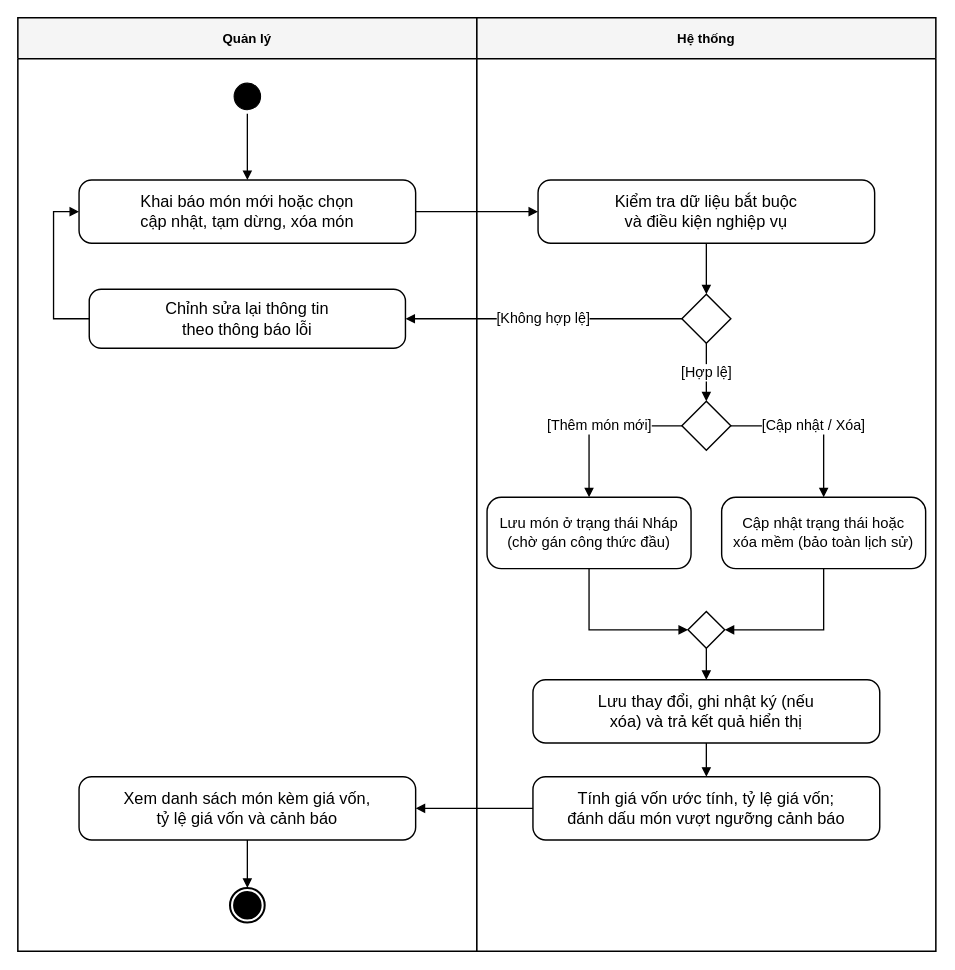
The draw.io diagram page "QT-01 — Quản lý món ăn" (1 of 21) of docs/So_do/Quy_trinh_nghiep_vu_HeThongQuanLyNhaHang.drawio in nminhzzz/restaurant-management-ai, before the edit. Source tidied: cells renumbered, new cells numbered last; positions are measured from the earlier drawing's top-left corner, leaving out a move shared by most shapes. Both pictures are drawn from the tidied source at 102%, with x=0, y=0 at pixel (17, 17).
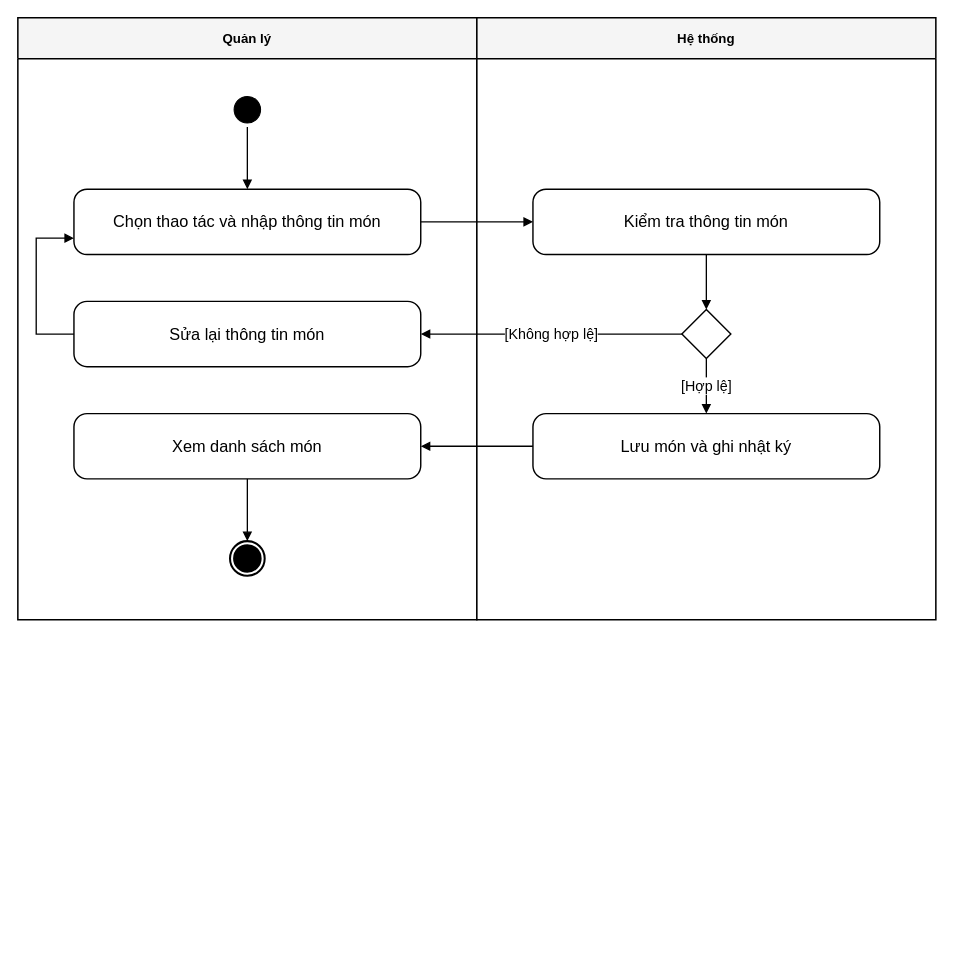
Above is the later version.

What changed in the source:
```diff
@@
     <mxCell id="2" value="Quản lý" style="swimlane;whiteSpace=wrap;html=1;startSize=40;fillColor=#f5f5f5;strokeColor=#000000;fontColor=#000000;fontStyle=1;fontSize=13;swimlaneFillColor=#ffffff;strokeWidth=1.5;rounded=0;arcSize=0;" parent="1" vertex="1">
-      <mxGeometry width="450" height="915" as="geometry" />
+      <mxGeometry width="450" height="590" as="geometry" />
     </mxCell>
     <mxCell id="3" value="Hệ thống" style="swimlane;whiteSpace=wrap;html=1;startSize=40;fillColor=#f5f5f5;strokeColor=#000000;fontColor=#000000;fontStyle=1;fontSize=13;swimlaneFillColor=#ffffff;strokeWidth=1.5;rounded=0;arcSize=0;" parent="1" vertex="1">
-      <mxGeometry x="450" width="450" height="915" as="geometry" />
+      <mxGeometry x="450" width="450" height="590" as="geometry" />
     </mxCell>
-    <mxCell id="4" style="ellipse;html=1;shape=startState;fillColor=#000000;strokeColor=#000000;" parent="1" vertex="1">
-      <mxGeometry x="208" y="60" width="34" height="34" as="geometry" />
-    </mxCell>
-    <mxCell id="5" value="Khai báo món mới hoặc chọn&#10;cập nhật, tạm dừng, xóa món" style="rounded=1;whiteSpace=wrap;html=1;arcSize=20;fillColor=#ffffff;strokeColor=#000000;strokeWidth=1.4;fontSize=16;fontColor=#000000;spacing=6;" parent="1" vertex="1">
-      <mxGeometry x="60" y="159" width="330" height="62" as="geometry" />
-    </mxCell>
-    <mxCell id="6" value="Kiểm tra dữ liệu bắt buộc&#10;và điều kiện nghiệp vụ" style="rounded=1;whiteSpace=wrap;html=1;arcSize=20;fillColor=#ffffff;strokeColor=#000000;strokeWidth=1.4;fontSize=16;fontColor=#000000;spacing=6;" parent="1" vertex="1">
-      <mxGeometry x="510" y="159" width="330" height="62" as="geometry" />
-    </mxCell>
+    <mxCell id="31" style="ellipse;html=1;shape=startState;fillColor=#000000;strokeColor=#000000;" parent="1" vertex="1">
+      <mxGeometry x="208" y="73" width="34" height="34" as="geometry" />
+    </mxCell>
+    <mxCell id="32" value="Chọn thao tác và nhập thông tin món" style="rounded=1;whiteSpace=wrap;html=1;arcSize=20;fillColor=#ffffff;strokeColor=#000000;strokeWidth=1.4;fontSize=16;fontColor=#000000;spacing=6;" parent="1" vertex="1">
+      <mxGeometry x="55" y="168" width="340" height="64" as="geometry" />
+    </mxCell>
+    <mxCell id="33" value="Kiểm tra thông tin món" style="rounded=1;whiteSpace=wrap;html=1;arcSize=20;fillColor=#ffffff;strokeColor=#000000;strokeWidth=1.4;fontSize=16;fontColor=#000000;spacing=6;" parent="1" vertex="1">
+      <mxGeometry x="505" y="168" width="340" height="64" as="geometry" />
+    </mxCell>
     <mxCell id="7" style="rhombus;whiteSpace=wrap;html=1;fillColor=#ffffff;strokeColor=#000000;strokeWidth=1.4;" parent="1" vertex="1">
-      <mxGeometry x="651" y="271" width="48" height="48" as="geometry" />
+      <mxGeometry x="651" y="286" width="48" height="48" as="geometry" />
     </mxCell>
-    <mxCell id="8" value="Chỉnh sửa lại thông tin&#10;theo thông báo lỗi" style="rounded=1;whiteSpace=wrap;html=1;arcSize=20;fillColor=#ffffff;strokeColor=#000000;strokeWidth=1.4;fontSize=16;fontColor=#000000;spacing=6;" parent="1" vertex="1">
-      <mxGeometry x="70" y="266" width="310" height="58" as="geometry" />
-    </mxCell>
-    <mxCell id="9" style="rhombus;whiteSpace=wrap;html=1;fillColor=#ffffff;strokeColor=#000000;strokeWidth=1.4;" parent="1" vertex="1">
-      <mxGeometry x="651" y="376" width="48" height="48" as="geometry" />
-    </mxCell>
-    <mxCell id="10" value="Lưu món ở trạng thái Nháp&#10;(chờ gán công thức đầu)" style="rounded=1;whiteSpace=wrap;html=1;arcSize=20;fillColor=#ffffff;strokeColor=#000000;strokeWidth=1.4;fontSize=14.5;fontColor=#000000;spacing=6;" parent="1" vertex="1">
-      <mxGeometry x="460" y="470" width="200" height="70" as="geometry" />
-    </mxCell>
-    <mxCell id="11" value="Cập nhật trạng thái hoặc&#10;xóa mềm (bảo toàn lịch sử)" style="rounded=1;whiteSpace=wrap;html=1;arcSize=20;fillColor=#ffffff;strokeColor=#000000;strokeWidth=1.4;fontSize=14.5;fontColor=#000000;spacing=6;" parent="1" vertex="1">
-      <mxGeometry x="690" y="470" width="200" height="70" as="geometry" />
-    </mxCell>
-    <mxCell id="12" style="rhombus;whiteSpace=wrap;html=1;fillColor=#ffffff;strokeColor=#000000;strokeWidth=1.4;" parent="1" vertex="1">
-      <mxGeometry x="657" y="582" width="36" height="36" as="geometry" />
-    </mxCell>
-    <mxCell id="13" value="Lưu thay đổi, ghi nhật ký (nếu&#10;xóa) và trả kết quả hiển thị" style="rounded=1;whiteSpace=wrap;html=1;arcSize=20;fillColor=#ffffff;strokeColor=#000000;strokeWidth=1.4;fontSize=16;fontColor=#000000;spacing=6;" parent="1" vertex="1">
-      <mxGeometry x="505" y="649" width="340" height="62" as="geometry" />
-    </mxCell>
-    <mxCell id="14" value="Tính giá vốn ước tính, tỷ lệ giá vốn;&#10;đánh dấu món vượt ngưỡng cảnh báo" style="rounded=1;whiteSpace=wrap;html=1;arcSize=20;fillColor=#ffffff;strokeColor=#000000;strokeWidth=1.4;fontSize=16;fontColor=#000000;spacing=6;" parent="1" vertex="1">
-      <mxGeometry x="505" y="744" width="340" height="62" as="geometry" />
-    </mxCell>
-    <mxCell id="15" value="Xem danh sách món kèm giá vốn,&#10;tỷ lệ giá vốn và cảnh báo" style="rounded=1;whiteSpace=wrap;html=1;arcSize=20;fillColor=#ffffff;strokeColor=#000000;strokeWidth=1.4;fontSize=16;fontColor=#000000;spacing=6;" parent="1" vertex="1">
-      <mxGeometry x="60" y="744" width="330" height="62" as="geometry" />
-    </mxCell>
-    <mxCell id="16" style="ellipse;html=1;shape=endState;fillColor=#000000;strokeColor=#000000;strokeWidth=2;" parent="1" vertex="1">
-      <mxGeometry x="208" y="853" width="34" height="34" as="geometry" />
-    </mxCell>
-    <mxCell id="17" style="edgeStyle=orthogonalEdgeStyle;rounded=0;jettySize=auto;html=1;exitX=.5;exitY=1;exitDx=0;exitDy=0;entryX=.5;entryY=0;entryDx=0;entryDy=0;strokeColor=#000000;strokeWidth=1.3;endArrow=block;endFill=1;fontSize=14;fontStyle=0;fontColor=#000000;labelBackgroundColor=#ffffff;" parent="1" edge="1" source="4" target="5">
-      <mxGeometry relative="1" as="geometry" />
-    </mxCell>
-    <mxCell id="18" style="edgeStyle=orthogonalEdgeStyle;rounded=0;jettySize=auto;html=1;exitX=1.0;exitY=0.5;exitDx=0;exitDy=0;entryX=0.0;entryY=0.5;entryDx=0;entryDy=0;strokeColor=#000000;strokeWidth=1.3;endArrow=block;endFill=1;fontSize=14;fontStyle=0;fontColor=#000000;labelBackgroundColor=#ffffff;" parent="1" edge="1" source="5" target="6">
-      <mxGeometry relative="1" as="geometry" />
-    </mxCell>
-    <mxCell id="19" style="edgeStyle=orthogonalEdgeStyle;rounded=0;jettySize=auto;html=1;exitX=0.5;exitY=1.0;exitDx=0;exitDy=0;entryX=0.5;entryY=0.0;entryDx=0;entryDy=0;strokeColor=#000000;strokeWidth=1.3;endArrow=block;endFill=1;fontSize=14;fontStyle=0;fontColor=#000000;labelBackgroundColor=#ffffff;" parent="1" edge="1" source="6" target="7">
-      <mxGeometry relative="1" as="geometry" />
-    </mxCell>
+    <mxCell id="34" value="Sửa lại thông tin món" style="rounded=1;whiteSpace=wrap;html=1;arcSize=20;fillColor=#ffffff;strokeColor=#000000;strokeWidth=1.4;fontSize=16;fontColor=#000000;spacing=6;" parent="1" vertex="1">
+      <mxGeometry x="55" y="278" width="340" height="64" as="geometry" />
+    </mxCell>
+    <mxCell id="35" value="Lưu món và ghi nhật ký" style="rounded=1;whiteSpace=wrap;html=1;arcSize=20;fillColor=#ffffff;strokeColor=#000000;strokeWidth=1.4;fontSize=16;fontColor=#000000;spacing=6;" parent="1" vertex="1">
+      <mxGeometry x="505" y="388" width="340" height="64" as="geometry" />
+    </mxCell>
+    <mxCell id="36" value="Xem danh sách món" style="rounded=1;whiteSpace=wrap;html=1;arcSize=20;fillColor=#ffffff;strokeColor=#000000;strokeWidth=1.4;fontSize=16;fontColor=#000000;spacing=6;" parent="1" vertex="1">
+      <mxGeometry x="55" y="388" width="340" height="64" as="geometry" />
+    </mxCell>
+    <mxCell id="37" style="ellipse;html=1;shape=endState;fillColor=#000000;strokeColor=#000000;strokeWidth=2;" parent="1" vertex="1">
+      <mxGeometry x="208" y="513" width="34" height="34" as="geometry" />
+    </mxCell>
+    <mxCell id="38" style="edgeStyle=orthogonalEdgeStyle;rounded=0;jettySize=auto;html=1;strokeColor=#000000;strokeWidth=1.3;endArrow=block;endFill=1;fontSize=14;fontStyle=0;fontColor=#000000;labelBackgroundColor=#ffffff;exitX=0.5;exitY=1;exitDx=0;exitDy=0;entryX=0.5;entryY=0;entryDx=0;entryDy=0;" parent="1" edge="1" source="31" target="32">
+      <mxGeometry relative="1" as="geometry" />
+    </mxCell>
+    <mxCell id="39" style="edgeStyle=orthogonalEdgeStyle;rounded=0;jettySize=auto;html=1;strokeColor=#000000;strokeWidth=1.3;endArrow=block;endFill=1;fontSize=14;fontStyle=0;fontColor=#000000;labelBackgroundColor=#ffffff;exitX=1;exitY=0.5;exitDx=0;exitDy=0;entryX=0;entryY=0.5;entryDx=0;entryDy=0;" parent="1" edge="1" source="32" target="33">
+      <mxGeometry relative="1" as="geometry" />
+    </mxCell>
+    <mxCell id="40" style="edgeStyle=orthogonalEdgeStyle;rounded=0;jettySize=auto;html=1;strokeColor=#000000;strokeWidth=1.3;endArrow=block;endFill=1;fontSize=14;fontStyle=0;fontColor=#000000;labelBackgroundColor=#ffffff;exitX=0.5;exitY=1;exitDx=0;exitDy=0;entryX=0.5;entryY=0;entryDx=0;entryDy=0;" parent="1" edge="1" source="33" target="7">
+      <mxGeometry relative="1" as="geometry" />
+    </mxCell>
-    <mxCell id="20" value="[Không hợp lệ]" style="edgeStyle=orthogonalEdgeStyle;rounded=0;jettySize=auto;html=1;exitX=0.0;exitY=0.5;exitDx=0;exitDy=0;entryX=1.0;entryY=0.5;entryDx=0;entryDy=0;strokeColor=#000000;strokeWidth=1.3;endArrow=block;endFill=1;fontSize=14;fontStyle=0;fontColor=#000000;labelBackgroundColor=#ffffff;" parent="1" edge="1" source="7" target="8">
+    <mxCell id="20" value="[Không hợp lệ]" style="edgeStyle=orthogonalEdgeStyle;rounded=0;jettySize=auto;html=1;strokeColor=#000000;strokeWidth=1.3;endArrow=block;endFill=1;fontSize=14;fontStyle=0;fontColor=#000000;labelBackgroundColor=#ffffff;exitX=0;exitY=0.5;exitDx=0;exitDy=0;entryX=1;entryY=0.5;entryDx=0;entryDy=0;" parent="1" edge="1" source="7" target="34">
       <mxGeometry relative="1" as="geometry" />
     </mxCell>
-    <mxCell id="21" style="edgeStyle=orthogonalEdgeStyle;rounded=0;jettySize=auto;html=1;exitX=0.0;exitY=0.5;exitDx=0;exitDy=0;entryX=0;entryY=.5;entryDx=0;entryDy=0;strokeColor=#000000;strokeWidth=1.3;endArrow=block;endFill=1;fontSize=14;fontStyle=0;fontColor=#000000;labelBackgroundColor=#ffffff;" parent="1" edge="1" source="8" target="5">
-      <mxGeometry relative="1" as="geometry">
-        <Array as="points">
-          <mxPoint x="35" y="295" />
-          <mxPoint x="35" y="190" />
-        </Array>
-      </mxGeometry>
-    </mxCell>
+    <mxCell id="41" style="edgeStyle=orthogonalEdgeStyle;rounded=0;jettySize=auto;html=1;strokeColor=#000000;strokeWidth=1.3;endArrow=block;endFill=1;fontSize=14;fontStyle=0;fontColor=#000000;labelBackgroundColor=#ffffff;exitX=0;exitY=0.5;exitDx=0;exitDy=0;entryX=0;entryY=0.75;entryDx=0;entryDy=0;" parent="1" edge="1" source="34" target="32">
+      <mxGeometry relative="1" as="geometry">
+        <Array as="points">
+          <mxPoint x="18" y="310" />
+          <mxPoint x="18" y="216" />
+        </Array>
+      </mxGeometry>
+    </mxCell>
-    <mxCell id="22" value="[Hợp lệ]" style="edgeStyle=orthogonalEdgeStyle;rounded=0;jettySize=auto;html=1;exitX=0.5;exitY=1.0;exitDx=0;exitDy=0;entryX=0.5;entryY=0.0;entryDx=0;entryDy=0;strokeColor=#000000;strokeWidth=1.3;endArrow=block;endFill=1;fontSize=14;fontStyle=0;fontColor=#000000;labelBackgroundColor=#ffffff;" parent="1" edge="1" source="7" target="9">
+    <mxCell id="22" value="[Hợp lệ]" style="edgeStyle=orthogonalEdgeStyle;rounded=0;jettySize=auto;html=1;strokeColor=#000000;strokeWidth=1.3;endArrow=block;endFill=1;fontSize=14;fontStyle=0;fontColor=#000000;labelBackgroundColor=#ffffff;exitX=0.5;exitY=1;exitDx=0;exitDy=0;entryX=0.5;entryY=0;entryDx=0;entryDy=0;" parent="1" edge="1" source="7" target="35">
       <mxGeometry relative="1" as="geometry" />
     </mxCell>
-    <mxCell id="23" value="[Thêm món mới]" style="edgeStyle=orthogonalEdgeStyle;rounded=0;jettySize=auto;html=1;exitX=0.0;exitY=0.5;exitDx=0;exitDy=0;entryX=0.5;entryY=0.0;entryDx=0;entryDy=0;strokeColor=#000000;strokeWidth=1.3;endArrow=block;endFill=1;fontSize=14;fontStyle=0;fontColor=#000000;labelBackgroundColor=#ffffff;" parent="1" edge="1" source="9" target="10">
-      <mxGeometry relative="1" as="geometry">
-        <Array as="points">
-          <mxPoint x="560" y="400" />
-        </Array>
-      </mxGeometry>
-    </mxCell>
-    <mxCell id="24" value="[Cập nhật / Xóa]" style="edgeStyle=orthogonalEdgeStyle;rounded=0;jettySize=auto;html=1;exitX=1.0;exitY=0.5;exitDx=0;exitDy=0;entryX=0.5;entryY=0.0;entryDx=0;entryDy=0;strokeColor=#000000;strokeWidth=1.3;endArrow=block;endFill=1;fontSize=14;fontStyle=0;fontColor=#000000;labelBackgroundColor=#ffffff;" parent="1" edge="1" source="9" target="11">
-      <mxGeometry relative="1" as="geometry">
-        <Array as="points">
-          <mxPoint x="790" y="400" />
-        </Array>
-      </mxGeometry>
-    </mxCell>
-    <mxCell id="25" style="edgeStyle=orthogonalEdgeStyle;rounded=0;jettySize=auto;html=1;exitX=0.5;exitY=1.0;exitDx=0;exitDy=0;entryX=0.0;entryY=0.5;entryDx=0;entryDy=0;strokeColor=#000000;strokeWidth=1.3;endArrow=block;endFill=1;fontSize=14;fontStyle=0;fontColor=#000000;labelBackgroundColor=#ffffff;" parent="1" edge="1" source="10" target="12">
-      <mxGeometry relative="1" as="geometry">
-        <Array as="points">
-          <mxPoint x="560" y="600" />
-        </Array>
-      </mxGeometry>
-    </mxCell>
-    <mxCell id="26" style="edgeStyle=orthogonalEdgeStyle;rounded=0;jettySize=auto;html=1;exitX=0.5;exitY=1.0;exitDx=0;exitDy=0;entryX=1.0;entryY=0.5;entryDx=0;entryDy=0;strokeColor=#000000;strokeWidth=1.3;endArrow=block;endFill=1;fontSize=14;fontStyle=0;fontColor=#000000;labelBackgroundColor=#ffffff;" parent="1" edge="1" source="11" target="12">
-      <mxGeometry relative="1" as="geometry">
-        <Array as="points">
-          <mxPoint x="790" y="600" />
-        </Array>
-      </mxGeometry>
-    </mxCell>
-    <mxCell id="27" style="edgeStyle=orthogonalEdgeStyle;rounded=0;jettySize=auto;html=1;exitX=0.5;exitY=1.0;exitDx=0;exitDy=0;entryX=0.5;entryY=0.0;entryDx=0;entryDy=0;strokeColor=#000000;strokeWidth=1.3;endArrow=block;endFill=1;fontSize=14;fontStyle=0;fontColor=#000000;labelBackgroundColor=#ffffff;" parent="1" edge="1" source="12" target="13">
-      <mxGeometry relative="1" as="geometry" />
-    </mxCell>
-    <mxCell id="28" style="edgeStyle=orthogonalEdgeStyle;rounded=0;jettySize=auto;html=1;exitX=0.5;exitY=1.0;exitDx=0;exitDy=0;entryX=0.5;entryY=0.0;entryDx=0;entryDy=0;strokeColor=#000000;strokeWidth=1.3;endArrow=block;endFill=1;fontSize=14;fontStyle=0;fontColor=#000000;labelBackgroundColor=#ffffff;" parent="1" edge="1" source="13" target="14">
-      <mxGeometry relative="1" as="geometry" />
-    </mxCell>
-    <mxCell id="29" style="edgeStyle=orthogonalEdgeStyle;rounded=0;jettySize=auto;html=1;exitX=0.5;exitY=1.0;exitDx=0;exitDy=0;entryX=0.5;entryY=0.0;entryDx=0;entryDy=0;strokeColor=#000000;strokeWidth=1.3;endArrow=block;endFill=1;fontSize=14;fontStyle=0;fontColor=#000000;labelBackgroundColor=#ffffff;" parent="1" edge="1" source="15" target="16">
-      <mxGeometry relative="1" as="geometry" />
-    </mxCell>
-    <mxCell id="30" style="edgeStyle=orthogonalEdgeStyle;rounded=0;jettySize=auto;html=1;exitX=0.0;exitY=0.5;exitDx=0;exitDy=0;entryX=1.0;entryY=0.5;entryDx=0;entryDy=0;strokeColor=#000000;strokeWidth=1.3;endArrow=block;endFill=1;fontSize=14;fontStyle=0;fontColor=#000000;labelBackgroundColor=#ffffff;" parent="1" edge="1" source="14" target="15">
-      <mxGeometry relative="1" as="geometry" />
-    </mxCell>
+    <mxCell id="42" style="edgeStyle=orthogonalEdgeStyle;rounded=0;jettySize=auto;html=1;strokeColor=#000000;strokeWidth=1.3;endArrow=block;endFill=1;fontSize=14;fontStyle=0;fontColor=#000000;labelBackgroundColor=#ffffff;exitX=0;exitY=0.5;exitDx=0;exitDy=0;entryX=1;entryY=0.5;entryDx=0;entryDy=0;" parent="1" edge="1" source="35" target="36">
+      <mxGeometry relative="1" as="geometry" />
+    </mxCell>
+    <mxCell id="43" style="edgeStyle=orthogonalEdgeStyle;rounded=0;jettySize=auto;html=1;strokeColor=#000000;strokeWidth=1.3;endArrow=block;endFill=1;fontSize=14;fontStyle=0;fontColor=#000000;labelBackgroundColor=#ffffff;exitX=0.5;exitY=1;exitDx=0;exitDy=0;entryX=0.5;entryY=0;entryDx=0;entryDy=0;" parent="1" edge="1" source="36" target="37">
+      <mxGeometry relative="1" as="geometry" />
+    </mxCell>
```
